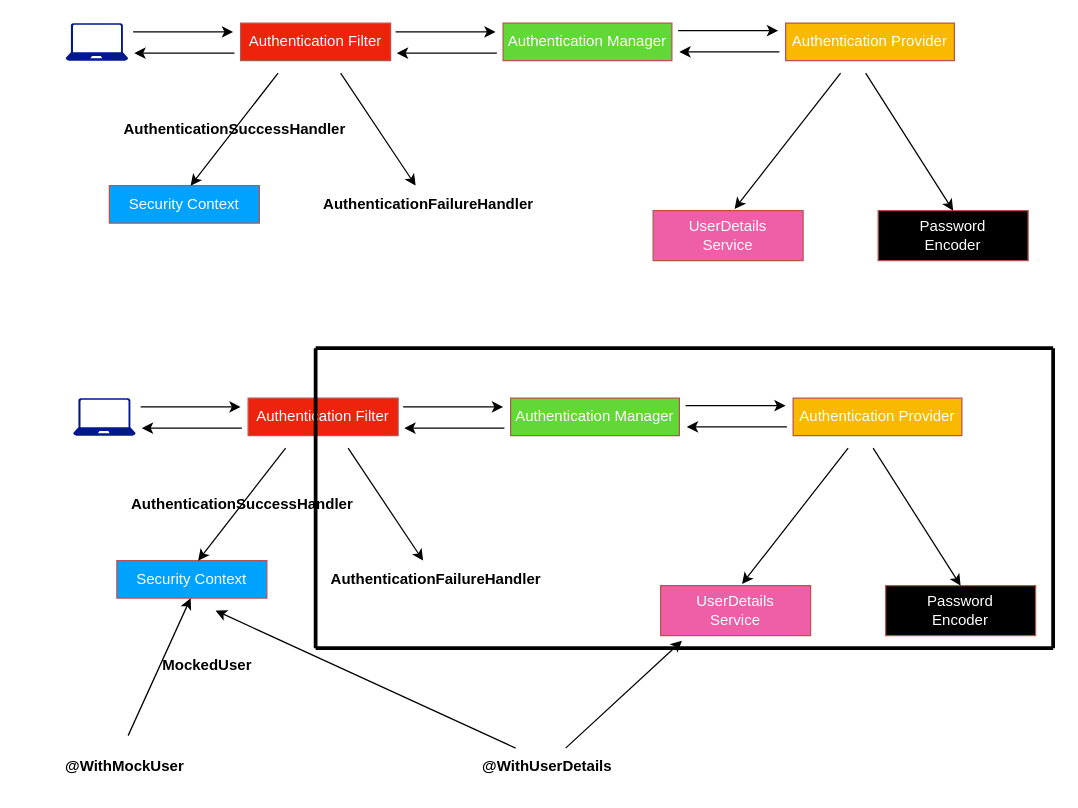
Earlier version of the draw.io diagram BE/technical/Spring-Security.drawio (afflato/system). Source tidied: cells renumbered, new cells numbered last; positions are measured from the earlier drawing's top-left corner, leaving out a move shared by most shapes. Both pictures are drawn from the tidied source at 125%, with x=0, y=0 at pixel (49, 22).
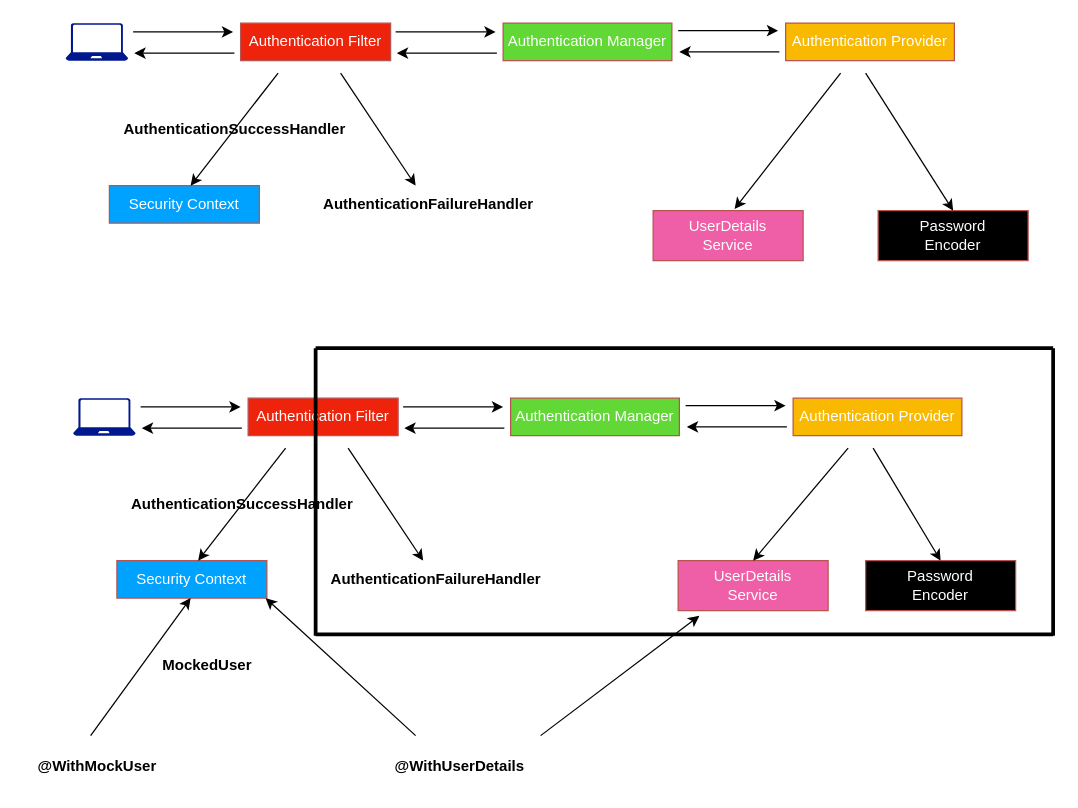
The same diagram, later.

The change refers to these unchanged cells:
```xml
<mxCell id="21" style="group;" parent="1" vertex="1">
  <mxGeometry x="19" y="300" width="770" height="190" as="geometry" />
</mxCell>
```

What changed in the source:
```diff
@@
     <mxCell id="28" value="UserDetails&lt;div&gt;Service&lt;/div&gt;" style="rounded=0;whiteSpace=wrap;html=1;fillColor=#EF5FA7;strokeColor=#b85450;fontColor=#FFFFFF;" parent="21" vertex="1">
-      <mxGeometry x="470" y="150" width="120" height="40" as="geometry" />
+      <mxGeometry x="484" y="130" width="120" height="40" as="geometry" />
     </mxCell>
     <mxCell id="29" value="Password&lt;div&gt;Encoder&lt;/div&gt;" style="rounded=0;whiteSpace=wrap;html=1;fillColor=#000000;strokeColor=#b85450;fontColor=#FFFFFF;" parent="21" vertex="1">
-      <mxGeometry x="650" y="150" width="120" height="40" as="geometry" />
+      <mxGeometry x="634" y="130" width="120" height="40" as="geometry" />
     </mxCell>
@@
-    <mxCell id="32" style="endArrow=classic;html=1;rounded=0;entryX=0.543;entryY=-0.034;entryDx=0;entryDy=0;entryPerimeter=0;" parent="21" edge="1" target="28">
+    <mxCell id="32" style="endArrow=classic;html=1;rounded=0;" parent="21" edge="1">
       <mxGeometry relative="1" as="geometry">
         <mxPoint x="620" y="40" as="sourcePoint" />
+        <mxPoint x="544" y="130" as="targetPoint" />
       </mxGeometry>
     </mxCell>
-    <mxCell id="33" style="endArrow=classic;html=1;rounded=0;entryX=0.5;entryY=0;entryDx=0;entryDy=0;" parent="21" edge="1" target="29">
+    <mxCell id="33" style="endArrow=classic;html=1;rounded=0;" parent="21" edge="1">
       <mxGeometry relative="1" as="geometry">
         <mxPoint x="640" y="40" as="sourcePoint" />
+        <mxPoint x="694" y="130" as="targetPoint" />
       </mxGeometry>
     </mxCell>
@@
     <mxCell id="41" style="endArrow=none;html=1;rounded=0;strokeWidth=3;" parent="21" edge="1">
       <mxGeometry relative="1" as="geometry">
-        <mxPoint x="194" y="200" as="sourcePoint" />
-        <mxPoint x="784" y="200" as="targetPoint" />
+        <mxPoint x="194" y="189" as="sourcePoint" />
+        <mxPoint x="784" y="189" as="targetPoint" />
       </mxGeometry>
     </mxCell>
     <mxCell id="42" style="endArrow=none;html=1;rounded=0;strokeWidth=3;" parent="1" edge="1">
       <mxGeometry relative="1" as="geometry">
-        <mxPoint x="213" y="500" as="sourcePoint" />
+        <mxPoint x="213" y="490" as="sourcePoint" />
         <mxPoint x="213" y="260" as="targetPoint" />
       </mxGeometry>
     </mxCell>
@@
     <mxCell id="44" style="endArrow=none;html=1;rounded=0;strokeWidth=3;" parent="1" edge="1">
       <mxGeometry relative="1" as="geometry">
-        <mxPoint x="803" y="500" as="sourcePoint" />
+        <mxPoint x="803" y="490" as="sourcePoint" />
         <mxPoint x="803" y="260" as="targetPoint" />
       </mxGeometry>
     </mxCell>
     <mxCell id="45" value="&lt;b&gt;@WithMockUser&lt;/b&gt;" style="text;html=1;align=center;verticalAlign=middle;strokeColor=none;fillColor=none;" parent="1" vertex="1">
-      <mxGeometry y="580" width="120" height="30" as="geometry" />
+      <mxGeometry x="-22" y="580" width="120" height="30" as="geometry" />
     </mxCell>
     <mxCell id="46" value="&lt;b&gt;@WithUserDetails&lt;/b&gt;" style="text;html=1;align=center;verticalAlign=middle;strokeColor=none;fillColor=none;" parent="1" vertex="1">
-      <mxGeometry x="333" y="580" width="130" height="30" as="geometry" />
+      <mxGeometry x="263" y="580" width="130" height="30" as="geometry" />
     </mxCell>
     <mxCell id="47" style="endArrow=classic;html=1;rounded=0;" parent="1" edge="1">
       <mxGeometry relative="1" as="geometry">
-        <mxPoint x="63" y="570" as="sourcePoint" />
+        <mxPoint x="33" y="570" as="sourcePoint" />
         <mxPoint x="113" y="460" as="targetPoint" />
       </mxGeometry>
     </mxCell>
@@
     <mxCell id="49" style="endArrow=classic;html=1;rounded=0;entryX=0.142;entryY=1.103;entryDx=0;entryDy=0;entryPerimeter=0;" parent="1" edge="1" target="28">
       <mxGeometry relative="1" as="geometry">
-        <mxPoint x="413" y="580" as="sourcePoint" />
+        <mxPoint x="393" y="570" as="sourcePoint" />
       </mxGeometry>
     </mxCell>
     <mxCell id="50" style="endArrow=classic;html=1;rounded=0;" parent="1" edge="1">
       <mxGeometry relative="1" as="geometry">
-        <mxPoint x="373" y="580" as="sourcePoint" />
-        <mxPoint x="133" y="470" as="targetPoint" />
+        <mxPoint x="293" y="570" as="sourcePoint" />
+        <mxPoint x="173" y="460" as="targetPoint" />
       </mxGeometry>
     </mxCell>
```
